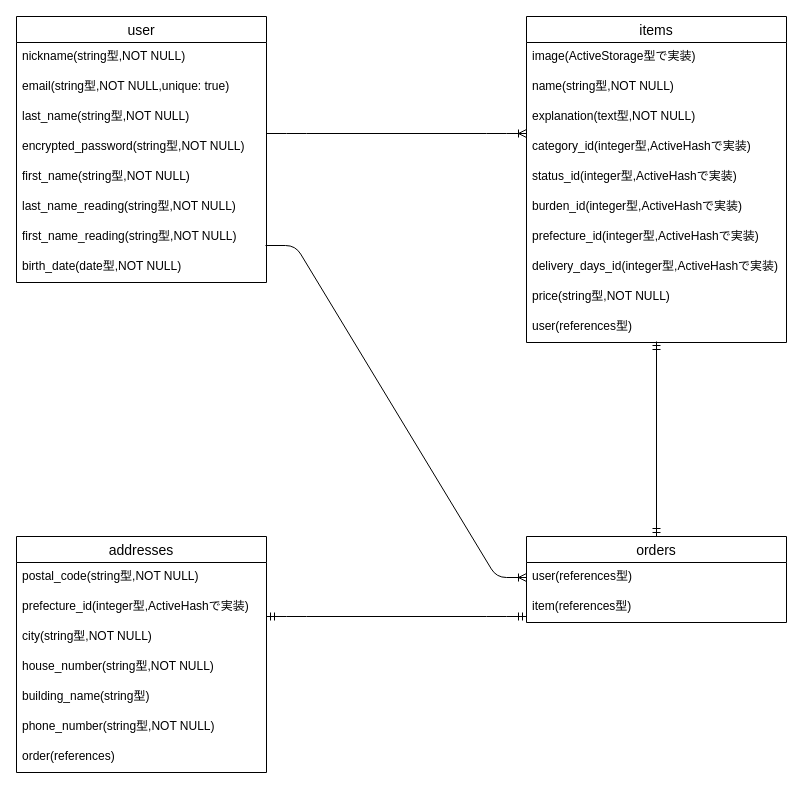
Above: DB.dio in hiromasa-horikoshi/furima-33007 (draw.io), before the change. Source tidied: cells renumbered, new cells numbered last; positions are measured from the earlier drawing's top-left corner, leaving out a move shared by most shapes. Both pictures are drawn from the tidied source at 100%, with x=0, y=0 at pixel (16, 16).
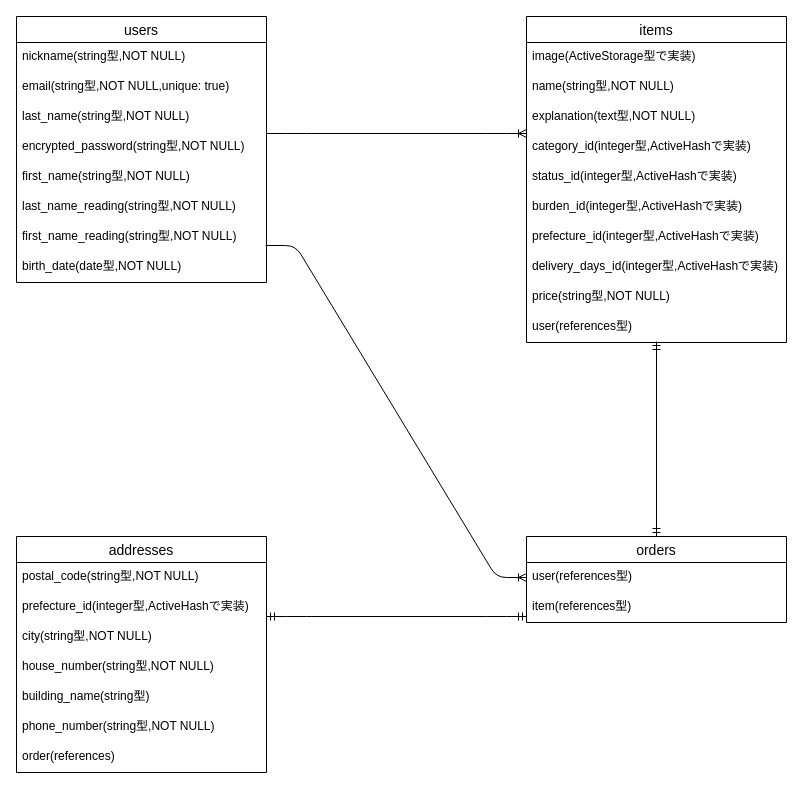
The same page after the edit.

Commit message:
userをusersテーブルへ名前変更

What changed in the source:
```diff
@@
-    <mxCell id="24" value="user" style="swimlane;fontStyle=0;horizontal=1;startSize=26;align=center;fontSize=14;" parent="1" vertex="1">
+    <mxCell id="24" value="users" style="swimlane;fontStyle=0;horizontal=1;startSize=26;align=center;fontSize=14;" parent="1" vertex="1">
       <mxGeometry width="250" height="266" as="geometry" />
     </mxCell>
```
